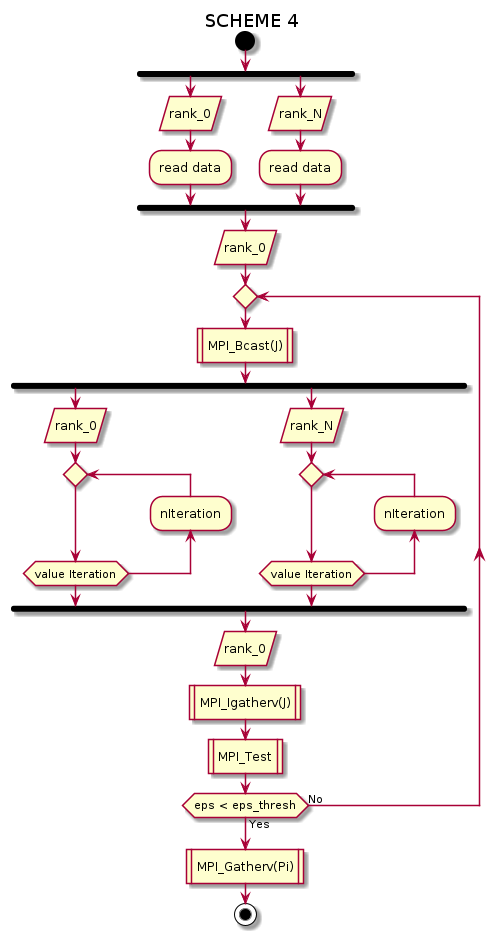
The PlantUML diagram out/src/scheme4/scheme4.png in hashkode/hpcfmi-mpivi, before a commit.
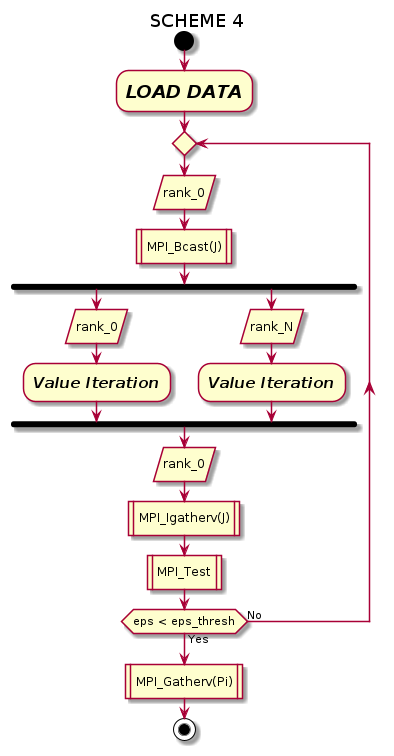
The same diagram one commit later.

Change to the diagram source:
```diff
@@ -1,26 +1,16 @@
 @startuml
 title SCHEME 4
 start
+:<size:18><i><b>LOAD DATA</b></i></size>;
+repeat
+   :rank_0/
+   :MPI_Bcast(J)|
 fork
     :rank_0/
-    :read data;
+:<size:15><i><b>Value Iteration</b></i></size>;
 fork again
     :rank_N/
-    :read data;
-end fork
-    :rank_0/
-repeat
-    :MPI_Bcast(J)|
-fork
-    :rank_0/
-repeat
-    backward:nIteration;
-    repeat while (value Iteration)
-fork again
-    :rank_N/
-repeat
-    backward:nIteration;
-    repeat while (value Iteration)
+:<size:15><i><b>Value Iteration</b></i></size>;
 end fork
 :rank_0/
 :MPI_Igatherv(J)|
```
